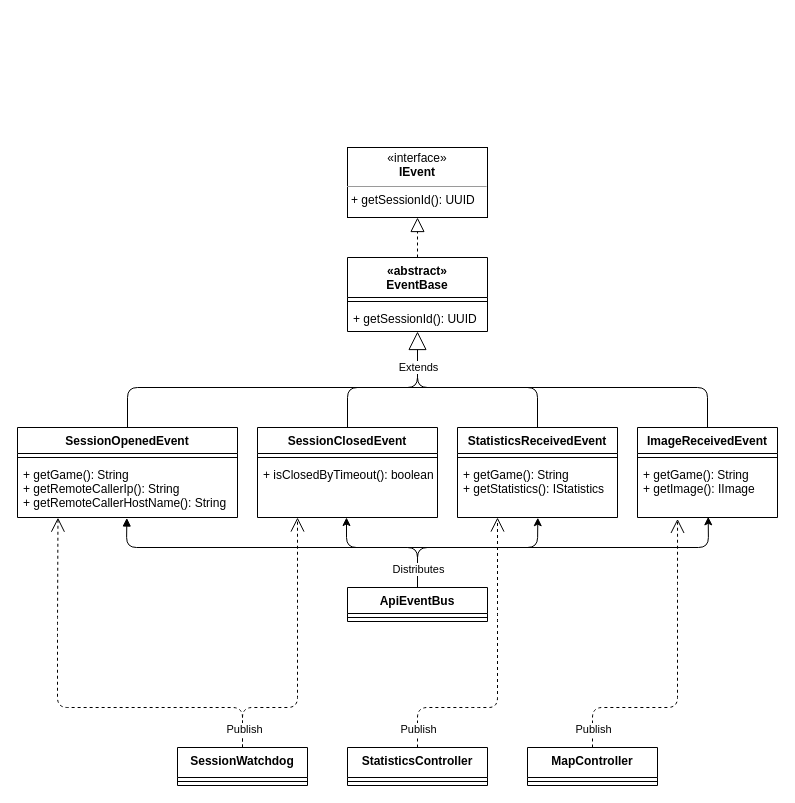
The draw.io diagram doc/EventStructure.drawio in VISAB-ORG/VISAB, before the edit. Source tidied: cells renumbered, new cells numbered last; positions are measured from the earlier drawing's top-left corner, leaving out a move shared by most shapes. Both pictures are drawn from the tidied source at 100%, with x=0, y=0 at pixel (17, 147).
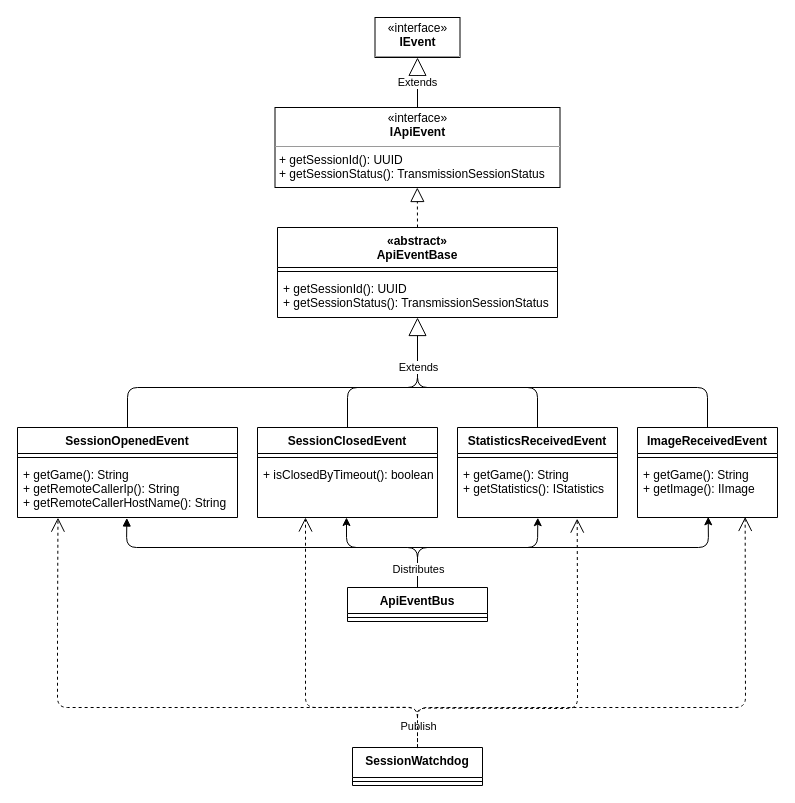
Above is the later version.

Commit message (it also covers changes not shown here):
Adapt event structure uml / markdown

Unchanged cells that the change refers to:
```xml
<mxCell id="9" value="+ getGame(): String&#10;+ getImage(): IImage" style="text;strokeColor=none;fillColor=none;align=left;verticalAlign=top;spacingLeft=4;spacingRight=4;overflow=hidden;points=[[0,0.5],[1,0.5]];portConstraint=eastwest;" parent="7" vertex="1">
  <mxGeometry y="34" width="140" height="56" as="geometry" />
</mxCell>
<mxCell id="10" value="StatisticsReceivedEvent" style="swimlane;fontStyle=1;align=center;verticalAlign=top;horizontal=1;startSize=26;" parent="1" vertex="1">
  <mxGeometry x="440" y="280" width="160" height="90" as="geometry" />
</mxCell>
<mxCell id="12" value="+ getGame(): String&#10;+ getStatistics(): IStatistics" style="text;strokeColor=none;fillColor=none;align=left;verticalAlign=top;spacingLeft=4;spacingRight=4;overflow=hidden;points=[[0,0.5],[1,0.5]];portConstraint=eastwest;" parent="10" vertex="1">
  <mxGeometry y="34" width="160" height="56" as="geometry" />
</mxCell>
<mxCell id="13" value="SessionOpenedEvent" style="swimlane;fontStyle=1;align=center;verticalAlign=top;horizontal=1;startSize=26;" parent="1" vertex="1">
  <mxGeometry y="280" width="220" height="90" as="geometry" />
</mxCell>
<mxCell id="15" value="+ getGame(): String&#10;+ getRemoteCallerIp(): String&#10;+ getRemoteCallerHostName(): String" style="text;strokeColor=none;fillColor=none;align=left;verticalAlign=top;spacingLeft=4;spacingRight=4;overflow=hidden;points=[[0,0.5],[1,0.5]];portConstraint=eastwest;" parent="13" vertex="1">
  <mxGeometry y="34" width="220" height="56" as="geometry" />
</mxCell>
```

Change to the diagram source:
```diff
@@
-    <mxCell id="2" value="«abstract»&#10;EventBase" style="swimlane;fontStyle=1;align=center;verticalAlign=top;horizontal=1;startSize=40;" parent="1" vertex="1">
-      <mxGeometry x="330" y="110" width="140" height="74" as="geometry" />
+    <mxCell id="2" value="«abstract»&#10;ApiEventBase" style="swimlane;fontStyle=1;align=center;verticalAlign=top;horizontal=1;startSize=40;" parent="1" vertex="1">
+      <mxGeometry x="260" y="80" width="280" height="90" as="geometry" />
     </mxCell>
     <mxCell id="3" style="line;strokeWidth=1;fillColor=none;align=left;verticalAlign=middle;spacingTop=-1;spacingLeft=3;spacingRight=3;labelPosition=right;" parent="2" vertex="1">
-      <mxGeometry y="40" width="140" height="8" as="geometry" />
+      <mxGeometry y="40" width="280" height="8" as="geometry" />
     </mxCell>
-    <mxCell id="4" value="+ getSessionId(): UUID" style="text;strokeColor=none;fillColor=none;align=left;verticalAlign=top;spacingLeft=4;spacingRight=4;overflow=hidden;" parent="2" vertex="1">
-      <mxGeometry y="48" width="140" height="26" as="geometry" />
+    <mxCell id="4" value="+ getSessionId(): UUID&#10;+ getSessionStatus(): TransmissionSessionStatus" style="text;strokeColor=none;fillColor=none;align=left;verticalAlign=top;spacingLeft=4;spacingRight=4;overflow=hidden;" parent="2" vertex="1">
+      <mxGeometry y="48" width="280" height="42" as="geometry" />
     </mxCell>
-    <mxCell id="5" value="&lt;p style=&quot;margin: 0px ; margin-top: 4px ; text-align: center&quot;&gt;«interface»&lt;br&gt;&lt;b&gt;IEvent&lt;/b&gt;&lt;br&gt;&lt;/p&gt;&lt;hr size=&quot;1&quot;&gt;&lt;p style=&quot;margin: 0px ; margin-left: 4px&quot;&gt;+ getSessionId(): UUID&lt;br&gt;&lt;/p&gt;" style="verticalAlign=top;align=left;overflow=fill;fontSize=12;fontFamily=Helvetica;html=1;" parent="1" vertex="1">
-      <mxGeometry x="330" width="140" height="70" as="geometry" />
+    <mxCell id="5" value="&lt;p style=&quot;margin: 0px ; margin-top: 4px ; text-align: center&quot;&gt;«interface»&lt;br&gt;&lt;b&gt;IApiEvent&lt;/b&gt;&lt;br&gt;&lt;/p&gt;&lt;hr size=&quot;1&quot;&gt;&lt;p style=&quot;margin: 0px ; margin-left: 4px&quot;&gt;+ getSessionId(): UUID&lt;br&gt;&lt;/p&gt;&lt;p style=&quot;margin: 0px ; margin-left: 4px&quot;&gt;+ getSessionStatus(): TransmissionSessionStatus&lt;/p&gt;" style="verticalAlign=top;align=left;overflow=fill;fontSize=12;fontFamily=Helvetica;html=1;" parent="1" vertex="1">
+      <mxGeometry x="257.5" y="-40" width="285" height="80" as="geometry" />
     </mxCell>
-    <mxCell id="6" style="endArrow=block;dashed=1;endFill=0;endSize=12;html=1;exitX=0.5;exitY=0;exitDx=0;exitDy=0;entryX=0.5;entryY=1;entryDx=0;entryDy=0;" parent="1" edge="1" source="2" target="5">
-      <mxGeometry relative="1" as="geometry" />
-    </mxCell>
@@
     <mxCell id="19" style="endArrow=block;endSize=16;endFill=0;html=1;exitX=0.5;exitY=0;exitDx=0;exitDy=0;" parent="1" edge="1" source="13">
       <mxGeometry x="0.81" y="-10" relative="1" as="geometry">
-        <mxPoint x="400" y="184" as="targetPoint" />
+        <mxPoint x="400" y="170" as="targetPoint" />
         <Array as="points">
           <mxPoint x="110" y="240" />
           <mxPoint x="400" y="240" />
         </Array>
       </mxGeometry>
     </mxCell>
@@
     <mxCell id="31" value="SessionWatchdog" style="swimlane;fontStyle=1;align=center;verticalAlign=top;horizontal=1;startSize=30;" parent="1" vertex="1">
-      <mxGeometry x="160" y="600" width="130" height="38" as="geometry" />
+      <mxGeometry x="335" y="600" width="130" height="38" as="geometry" />
     </mxCell>
@@
     <mxCell id="33" style="endArrow=open;endSize=12;dashed=1;html=1;entryX=0.184;entryY=1.003;entryDx=0;entryDy=0;entryPerimeter=0;exitX=0.5;exitY=0;exitDx=0;exitDy=0;" parent="1" edge="1" source="31" target="15">
       <mxGeometry x="-0.79" y="60" relative="1" as="geometry">
         <Array as="points">
-          <mxPoint x="225" y="560" />
+          <mxPoint x="400" y="560" />
           <mxPoint x="40" y="560" />
           <mxPoint x="40" y="480" />
         </Array>
       </mxGeometry>
     </mxCell>
-    <mxCell id="34" style="endArrow=open;endSize=12;dashed=1;html=1;exitX=0.5;exitY=0;exitDx=0;exitDy=0;" parent="1" edge="1" source="31">
-      <mxGeometry x="-0.79" y="60" relative="1" as="geometry">
-        <mxPoint x="280" y="370" as="targetPoint" />
-        <Array as="points">
-          <mxPoint x="225" y="560" />
-          <mxPoint x="280" y="560" />
-          <mxPoint x="280" y="470" />
-        </Array>
-      </mxGeometry>
-    </mxCell>
-    <mxCell id="35" value="Publish" style="edgeLabel;html=1;align=center;verticalAlign=middle;" parent="34" vertex="1">
-      <mxGeometry x="-0.48" y="1" relative="1" as="geometry">
-        <mxPoint x="-33" y="22" as="offset" />
-      </mxGeometry>
-    </mxCell>
-    <mxCell id="36" value="StatisticsController" style="swimlane;fontStyle=1;align=center;verticalAlign=top;horizontal=1;startSize=30;" parent="1" vertex="1">
-      <mxGeometry x="330" y="600" width="140" height="38" as="geometry" />
-    </mxCell>
-    <mxCell id="37" style="line;strokeWidth=1;fillColor=none;align=left;verticalAlign=middle;spacingTop=-1;spacingLeft=3;spacingRight=3;labelPosition=right;" parent="36" vertex="1">
-      <mxGeometry y="30" width="140" height="8" as="geometry" />
-    </mxCell>
-    <mxCell id="38" value="MapController" style="swimlane;fontStyle=1;align=center;verticalAlign=top;horizontal=1;startSize=30;" parent="1" vertex="1">
-      <mxGeometry x="510" y="600" width="130" height="38" as="geometry" />
-    </mxCell>
-    <mxCell id="39" style="line;strokeWidth=1;fillColor=none;align=left;verticalAlign=middle;spacingTop=-1;spacingLeft=3;spacingRight=3;labelPosition=right;" parent="38" vertex="1">
-      <mxGeometry y="30" width="130" height="8" as="geometry" />
-    </mxCell>
-    <mxCell id="40" style="endArrow=open;endSize=12;dashed=1;html=1;exitX=0.5;exitY=0;exitDx=0;exitDy=0;entryX=0.25;entryY=1;entryDx=0;entryDy=0;" parent="1" edge="1" source="36" target="10">
-      <mxGeometry x="-0.79" y="60" relative="1" as="geometry">
-        <Array as="points">
-          <mxPoint x="400" y="560" />
-          <mxPoint x="452.5" y="560" />
-          <mxPoint x="480" y="560" />
-          <mxPoint x="480" y="470" />
-        </Array>
-      </mxGeometry>
-    </mxCell>
-    <mxCell id="41" value="Publish" style="edgeLabel;html=1;align=center;verticalAlign=middle;" parent="40" vertex="1">
-      <mxGeometry x="-0.48" y="1" relative="1" as="geometry">
-        <mxPoint x="-41" y="22" as="offset" />
-      </mxGeometry>
-    </mxCell>
-    <mxCell id="42" style="endArrow=open;endSize=12;dashed=1;html=1;entryX=0.286;entryY=1.025;entryDx=0;entryDy=0;entryPerimeter=0;" parent="1" edge="1" target="9">
-      <mxGeometry x="-0.79" y="60" relative="1" as="geometry">
-        <mxPoint x="575" y="600" as="sourcePoint" />
-        <Array as="points">
-          <mxPoint x="575" y="560" />
-          <mxPoint x="660" y="560" />
-          <mxPoint x="660" y="442" />
-        </Array>
-      </mxGeometry>
-    </mxCell>
-    <mxCell id="43" value="Publish" style="edgeLabel;html=1;align=center;verticalAlign=middle;" parent="42" vertex="1">
-      <mxGeometry x="-0.48" y="1" relative="1" as="geometry">
-        <mxPoint x="-42" y="22" as="offset" />
-      </mxGeometry>
-    </mxCell>
+    <mxCell id="44" value="&lt;p style=&quot;margin: 0px ; margin-top: 4px ; text-align: center&quot;&gt;«interface»&lt;br&gt;&lt;b&gt;IEvent&lt;/b&gt;&lt;br&gt;&lt;/p&gt;&lt;hr size=&quot;1&quot;&gt;&lt;p style=&quot;margin: 0px ; margin-left: 4px&quot;&gt;&lt;br&gt;&lt;/p&gt;" style="verticalAlign=top;align=left;overflow=fill;fontSize=12;fontFamily=Helvetica;html=1;" parent="1" vertex="1">
+      <mxGeometry x="357.5" y="-130" width="85" height="40" as="geometry" />
+    </mxCell>
+    <mxCell id="45" style="endArrow=block;dashed=1;endFill=0;endSize=12;html=1;exitX=0.5;exitY=0;exitDx=0;exitDy=0;entryX=0.5;entryY=1;entryDx=0;entryDy=0;" parent="1" edge="1" source="2">
+      <mxGeometry relative="1" as="geometry">
+        <mxPoint x="399.8" y="40" as="targetPoint" />
+      </mxGeometry>
+    </mxCell>
+    <mxCell id="46" value="Extends" style="endArrow=block;endSize=16;endFill=0;html=1;entryX=0.5;entryY=1;entryDx=0;entryDy=0;exitX=0.5;exitY=0;exitDx=0;exitDy=0;" parent="1" edge="1" source="5" target="44">
+      <mxGeometry relative="1" as="geometry" />
+    </mxCell>
+    <mxCell id="47" style="endArrow=open;endSize=12;dashed=1;html=1;entryX=0.769;entryY=0.99;entryDx=0;entryDy=0;entryPerimeter=0;" parent="1" edge="1" target="9">
+      <mxGeometry x="-0.79" y="60" relative="1" as="geometry">
+        <mxPoint x="400" y="600" as="sourcePoint" />
+        <Array as="points">
+          <mxPoint x="400" y="560" />
+          <mxPoint x="728" y="560" />
+        </Array>
+      </mxGeometry>
+    </mxCell>
+    <mxCell id="48" style="endArrow=open;endSize=12;dashed=1;html=1;entryX=0.748;entryY=1.02;entryDx=0;entryDy=0;entryPerimeter=0;" parent="1" edge="1" target="12">
+      <mxGeometry x="-0.79" y="60" relative="1" as="geometry">
+        <mxPoint x="400" y="600.6" as="sourcePoint" />
+        <Array as="points">
+          <mxPoint x="400" y="580" />
+          <mxPoint x="400" y="560.6" />
+          <mxPoint x="560" y="561" />
+          <mxPoint x="560" y="460" />
+        </Array>
+      </mxGeometry>
+    </mxCell>
+    <mxCell id="49" value="Publish" style="edgeLabel;html=1;align=center;verticalAlign=middle;" parent="48" vertex="1">
+      <mxGeometry x="-0.92" relative="1" as="geometry">
+        <mxPoint y="-6" as="offset" />
+      </mxGeometry>
+    </mxCell>
+    <mxCell id="50" style="endArrow=open;endSize=12;dashed=1;html=1;exitX=0.5;exitY=0;exitDx=0;exitDy=0;" parent="1" edge="1">
+      <mxGeometry x="-0.79" y="60" relative="1" as="geometry">
+        <mxPoint x="400" y="599.8" as="sourcePoint" />
+        <mxPoint x="288" y="370" as="targetPoint" />
+        <Array as="points">
+          <mxPoint x="400" y="559.8" />
+          <mxPoint x="288" y="560" />
+        </Array>
+      </mxGeometry>
+    </mxCell>
```
